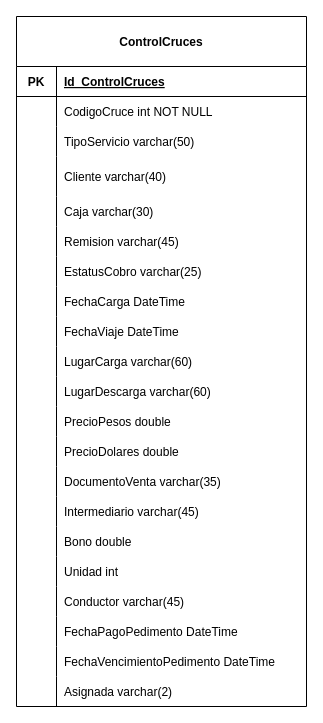
Ejaredac/Control-de-Cruces-Jeff keeps this draw.io diagram as Diagrama Relacional de Base de Datos.drawio. Above is the earlier version. Source tidied: cells renumbered, new cells numbered last; positions are measured from the earlier drawing's top-left corner, leaving out a move shared by most shapes. Both pictures are drawn from the tidied source at 100%, with x=0, y=0 at pixel (16, 16).
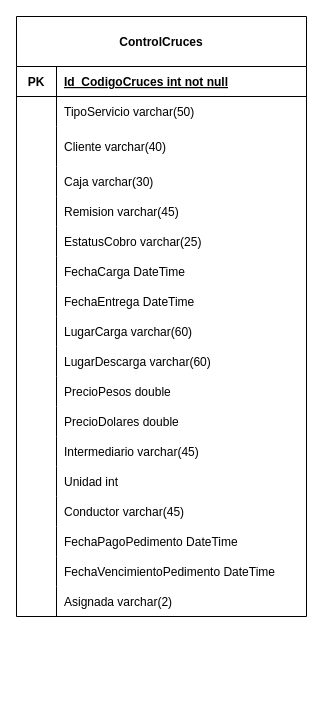
After the change.

The change refers to these unchanged cells:
```xml
<mxCell id="3" style="shape=partialRectangle;fillColor=none;top=0;left=0;bottom=1;right=0;" parent="2" vertex="1">
  <mxGeometry y="50" width="290" height="30" as="geometry" />
</mxCell>
```

The edit, as a diff of the source:
```diff
@@
     <mxCell id="2" value="ControlCruces" style="shape=table;startSize=50;childLayout=tableLayout;rowLines=0;fontStyle=1;align=center;resizeLastRow=1;" parent="1" vertex="1">
-      <mxGeometry width="290" height="690" as="geometry" />
+      <mxGeometry width="290" height="600" as="geometry" />
     </mxCell>
@@
-    <mxCell id="5" value="Id_ControlCruces" style="shape=partialRectangle;fillColor=none;top=0;left=0;bottom=0;right=0;align=left;spacingLeft=6;fontStyle=5;overflow=hidden;" parent="3" vertex="1">
+    <mxCell id="5" value="Id_CodigoCruces int not null" style="shape=partialRectangle;fillColor=none;top=0;left=0;bottom=0;right=0;align=left;spacingLeft=6;fontStyle=5;overflow=hidden;" parent="3" vertex="1">
       <mxGeometry x="40" width="250" height="30" as="geometry" />
     </mxCell>
-    <mxCell id="6" style="shape=partialRectangle;fillColor=none;top=0;left=0;bottom=0;right=0;" parent="2" vertex="1">
-      <mxGeometry y="80" width="290" height="30" as="geometry" />
-    </mxCell>
-    <mxCell id="7" style="shape=partialRectangle;fillColor=none;top=0;left=0;bottom=0;right=0;overflow=hidden;" parent="6" vertex="1">
-      <mxGeometry width="40" height="30" as="geometry" />
-    </mxCell>
-    <mxCell id="8" value="CodigoCruce int NOT NULL" style="shape=partialRectangle;fillColor=none;top=0;left=0;bottom=0;right=0;align=left;spacingLeft=6;overflow=hidden;" parent="6" vertex="1">
-      <mxGeometry x="40" width="250" height="30" as="geometry" />
-    </mxCell>
     <mxCell id="9" style="shape=partialRectangle;fillColor=none;top=0;left=0;bottom=0;right=0;" parent="2" vertex="1">
-      <mxGeometry y="110" width="290" height="30" as="geometry" />
+      <mxGeometry y="80" width="290" height="30" as="geometry" />
     </mxCell>
@@
     <mxCell id="12" style="shape=partialRectangle;fillColor=none;top=0;left=0;bottom=0;right=0;" parent="2" vertex="1">
-      <mxGeometry y="140" width="290" height="40" as="geometry" />
+      <mxGeometry y="110" width="290" height="40" as="geometry" />
     </mxCell>
@@
     <mxCell id="15" style="shape=partialRectangle;fillColor=none;top=0;left=0;bottom=0;right=0;" parent="2" vertex="1">
-      <mxGeometry y="180" width="290" height="30" as="geometry" />
+      <mxGeometry y="150" width="290" height="30" as="geometry" />
     </mxCell>
@@
     <mxCell id="18" style="shape=partialRectangle;fillColor=none;top=0;left=0;bottom=0;right=0;" parent="2" vertex="1">
-      <mxGeometry y="210" width="290" height="30" as="geometry" />
+      <mxGeometry y="180" width="290" height="30" as="geometry" />
     </mxCell>
@@
     <mxCell id="21" style="shape=partialRectangle;fillColor=none;top=0;left=0;bottom=0;right=0;" parent="2" vertex="1">
-      <mxGeometry y="240" width="290" height="30" as="geometry" />
+      <mxGeometry y="210" width="290" height="30" as="geometry" />
     </mxCell>
@@
     <mxCell id="24" style="shape=partialRectangle;fillColor=none;top=0;left=0;bottom=0;right=0;" parent="2" vertex="1">
-      <mxGeometry y="270" width="290" height="30" as="geometry" />
+      <mxGeometry y="240" width="290" height="30" as="geometry" />
     </mxCell>
@@
     <mxCell id="27" style="shape=partialRectangle;fillColor=none;top=0;left=0;bottom=0;right=0;" parent="2" vertex="1">
-      <mxGeometry y="300" width="290" height="30" as="geometry" />
+      <mxGeometry y="270" width="290" height="30" as="geometry" />
     </mxCell>
@@
-    <mxCell id="29" value="FechaViaje DateTime" style="shape=partialRectangle;fillColor=none;top=0;left=0;bottom=0;right=0;align=left;spacingLeft=6;overflow=hidden;" parent="27" vertex="1">
+    <mxCell id="29" value="FechaEntrega DateTime" style="shape=partialRectangle;fillColor=none;top=0;left=0;bottom=0;right=0;align=left;spacingLeft=6;overflow=hidden;" parent="27" vertex="1">
       <mxGeometry x="40" width="250" height="30" as="geometry" />
     </mxCell>
     <mxCell id="30" style="shape=partialRectangle;fillColor=none;top=0;left=0;bottom=0;right=0;" parent="2" vertex="1">
-      <mxGeometry y="330" width="290" height="30" as="geometry" />
+      <mxGeometry y="300" width="290" height="30" as="geometry" />
     </mxCell>
@@
     <mxCell id="33" style="shape=partialRectangle;fillColor=none;top=0;left=0;bottom=0;right=0;" parent="2" vertex="1">
-      <mxGeometry y="360" width="290" height="30" as="geometry" />
+      <mxGeometry y="330" width="290" height="30" as="geometry" />
     </mxCell>
@@
     <mxCell id="36" style="shape=partialRectangle;fillColor=none;top=0;left=0;bottom=0;right=0;" parent="2" vertex="1">
-      <mxGeometry y="390" width="290" height="30" as="geometry" />
+      <mxGeometry y="360" width="290" height="30" as="geometry" />
     </mxCell>
@@
     <mxCell id="39" style="shape=partialRectangle;fillColor=none;top=0;left=0;bottom=0;right=0;" parent="2" vertex="1">
-      <mxGeometry y="420" width="290" height="30" as="geometry" />
+      <mxGeometry y="390" width="290" height="30" as="geometry" />
     </mxCell>
@@
-    <mxCell id="42" style="shape=partialRectangle;fillColor=none;top=0;left=0;bottom=0;right=0;" parent="2" vertex="1">
-      <mxGeometry y="450" width="290" height="30" as="geometry" />
-    </mxCell>
-    <mxCell id="43" style="shape=partialRectangle;fillColor=none;top=0;left=0;bottom=0;right=0;overflow=hidden;" parent="42" vertex="1">
-      <mxGeometry width="40" height="30" as="geometry" />
-    </mxCell>
-    <mxCell id="44" value="DocumentoVenta varchar(35)" style="shape=partialRectangle;fillColor=none;top=0;left=0;bottom=0;right=0;align=left;spacingLeft=6;overflow=hidden;" parent="42" vertex="1">
-      <mxGeometry x="40" width="250" height="30" as="geometry" />
-    </mxCell>
     <mxCell id="45" style="shape=partialRectangle;fillColor=none;top=0;left=0;bottom=0;right=0;" parent="2" vertex="1">
-      <mxGeometry y="480" width="290" height="30" as="geometry" />
+      <mxGeometry y="420" width="290" height="30" as="geometry" />
     </mxCell>
@@
-    <mxCell id="48" style="shape=partialRectangle;fillColor=none;top=0;left=0;bottom=0;right=0;" parent="2" vertex="1">
-      <mxGeometry y="510" width="290" height="30" as="geometry" />
-    </mxCell>
-    <mxCell id="49" style="shape=partialRectangle;fillColor=none;top=0;left=0;bottom=0;right=0;overflow=hidden;" parent="48" vertex="1">
-      <mxGeometry width="40" height="30" as="geometry" />
-    </mxCell>
-    <mxCell id="50" value="Bono double" style="shape=partialRectangle;fillColor=none;top=0;left=0;bottom=0;right=0;align=left;spacingLeft=6;overflow=hidden;" parent="48" vertex="1">
-      <mxGeometry x="40" width="250" height="30" as="geometry" />
-    </mxCell>
     <mxCell id="51" style="shape=partialRectangle;fillColor=none;top=0;left=0;bottom=0;right=0;" parent="2" vertex="1">
-      <mxGeometry y="540" width="290" height="30" as="geometry" />
+      <mxGeometry y="450" width="290" height="30" as="geometry" />
     </mxCell>
@@
     <mxCell id="54" style="shape=partialRectangle;fillColor=none;top=0;left=0;bottom=0;right=0;" parent="2" vertex="1">
-      <mxGeometry y="570" width="290" height="30" as="geometry" />
+      <mxGeometry y="480" width="290" height="30" as="geometry" />
     </mxCell>
@@
     <mxCell id="57" style="shape=partialRectangle;fillColor=none;top=0;left=0;bottom=0;right=0;" parent="2" vertex="1">
-      <mxGeometry y="600" width="290" height="30" as="geometry" />
+      <mxGeometry y="510" width="290" height="30" as="geometry" />
     </mxCell>
@@
     <mxCell id="60" style="shape=partialRectangle;fillColor=none;top=0;left=0;bottom=0;right=0;" parent="2" vertex="1">
-      <mxGeometry y="630" width="290" height="30" as="geometry" />
+      <mxGeometry y="540" width="290" height="30" as="geometry" />
     </mxCell>
@@
     <mxCell id="63" style="shape=partialRectangle;fillColor=none;top=0;left=0;bottom=0;right=0;" parent="2" vertex="1">
-      <mxGeometry y="660" width="290" height="30" as="geometry" />
+      <mxGeometry y="570" width="290" height="30" as="geometry" />
     </mxCell>
```
